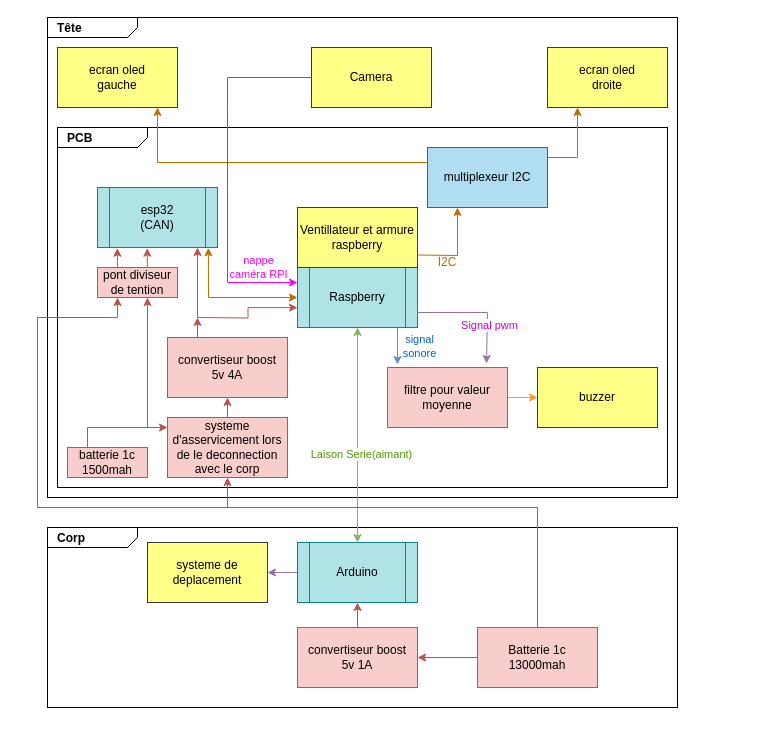
Above: graphs/Diagramme BMOv3.drawio in Luzgog/ptut_bmo (draw.io), before the change. Source tidied: cells renumbered, new cells numbered last; positions are measured from the earlier drawing's top-left corner, leaving out a move shared by most shapes. Both pictures are drawn from the tidied source at 100%, with x=0, y=0 at pixel (37, 17).
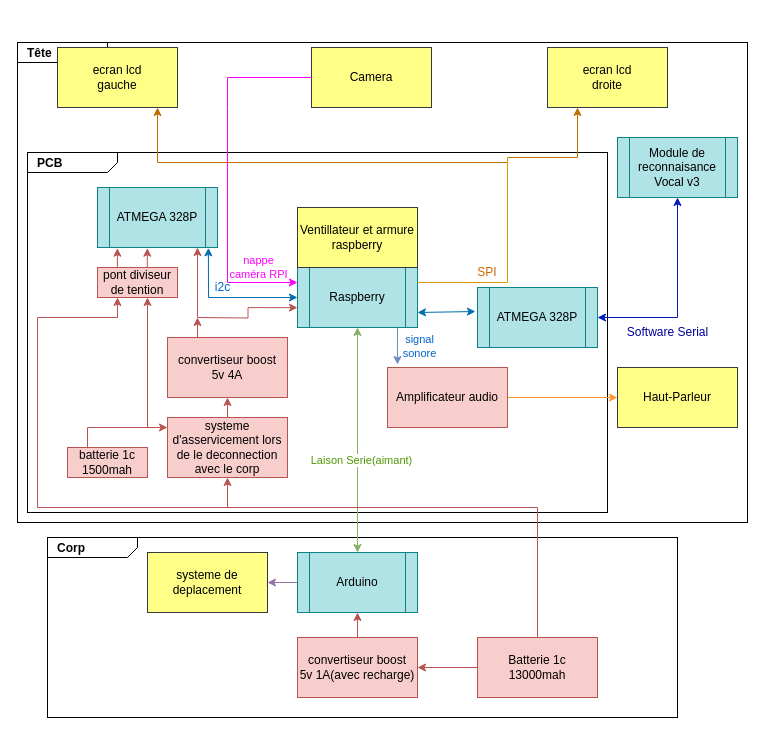
Above is the later version.

Unchanged cells that the change refers to:
```xml
<mxCell id="7" value="Raspberry" style="shape=process;whiteSpace=wrap;html=1;backgroundOutline=1;fillColor=#b0e3e6;strokeColor=#0e8088;" parent="1" vertex="1">
  <mxGeometry x="260" y="250" width="120" height="60" as="geometry" />
</mxCell>
```

Change to the diagram source:
```diff
@@
     <mxCell id="2" value="&lt;p style=&quot;margin: 0px ; margin-top: 4px ; margin-left: 10px ; text-align: left&quot;&gt;&lt;b&gt;Tête&lt;/b&gt;&lt;/p&gt;" style="html=1;strokeWidth=1;shape=mxgraph.sysml.package;html=1;overflow=fill;whiteSpace=wrap;" parent="1" vertex="1">
-      <mxGeometry x="10" width="630" height="480" as="geometry" />
+      <mxGeometry x="-20" y="25" width="730" height="480" as="geometry" />
     </mxCell>
     <mxCell id="3" value="&lt;p style=&quot;margin: 0px ; margin-top: 4px ; margin-left: 10px ; text-align: left&quot;&gt;&lt;b&gt;Corp&lt;/b&gt;&lt;/p&gt;" style="html=1;strokeWidth=1;shape=mxgraph.sysml.package;html=1;overflow=fill;whiteSpace=wrap;" parent="1" vertex="1">
-      <mxGeometry x="10" y="510" width="630" height="180" as="geometry" />
+      <mxGeometry x="10" y="520" width="630" height="180" as="geometry" />
     </mxCell>
     <mxCell id="4" value="&lt;p style=&quot;margin: 0px ; margin-top: 4px ; margin-left: 10px ; text-align: left&quot;&gt;&lt;b&gt;PCB&lt;/b&gt;&lt;/p&gt;" style="html=1;strokeWidth=1;shape=mxgraph.sysml.package;html=1;overflow=fill;whiteSpace=wrap;" parent="1" vertex="1">
-      <mxGeometry x="20" y="110" width="610" height="360" as="geometry" />
+      <mxGeometry x="-10" y="135" width="580" height="360" as="geometry" />
     </mxCell>
@@
     <mxCell id="10" value="Arduino" style="shape=process;whiteSpace=wrap;html=1;backgroundOutline=1;fillColor=#b0e3e6;strokeColor=#0e8088;" parent="1" vertex="1">
-      <mxGeometry x="260" y="525" width="120" height="60" as="geometry" />
+      <mxGeometry x="260" y="535" width="120" height="60" as="geometry" />
     </mxCell>
@@
-    <mxCell id="13" value="&lt;font color=&quot;#000000&quot;&gt;buzzer&lt;/font&gt;" style="rounded=0;whiteSpace=wrap;html=1;fillColor=#ffff88;strokeColor=#36393d;" parent="1" vertex="1">
-      <mxGeometry x="500" y="350" width="120" height="60" as="geometry" />
+    <mxCell id="13" value="&lt;font color=&quot;#000000&quot;&gt;Haut-Parleur&lt;/font&gt;" style="rounded=0;whiteSpace=wrap;html=1;fillColor=#ffff88;strokeColor=#36393d;" parent="1" vertex="1">
+      <mxGeometry x="580" y="350" width="120" height="60" as="geometry" />
     </mxCell>
-    <mxCell id="14" value="ecran oled&lt;br&gt;gauche" style="rounded=0;whiteSpace=wrap;html=1;fillColor=#ffff88;strokeColor=#36393d;" parent="1" vertex="1">
+    <mxCell id="14" value="ecran lcd&lt;br&gt;gauche" style="rounded=0;whiteSpace=wrap;html=1;fillColor=#ffff88;strokeColor=#36393d;" parent="1" vertex="1">
       <mxGeometry x="20" y="30" width="120" height="60" as="geometry" />
     </mxCell>
-    <mxCell id="15" value="ecran oled&lt;br&gt;droite" style="rounded=0;whiteSpace=wrap;html=1;fillColor=#ffff88;strokeColor=#36393d;" parent="1" vertex="1">
+    <mxCell id="15" value="ecran lcd&lt;br&gt;droite" style="rounded=0;whiteSpace=wrap;html=1;fillColor=#ffff88;strokeColor=#36393d;" parent="1" vertex="1">
       <mxGeometry x="510" y="30" width="120" height="60" as="geometry" />
     </mxCell>
-    <mxCell id="16" value="multiplexeur I2C" style="rounded=0;whiteSpace=wrap;html=1;fillColor=#b1ddf0;strokeColor=#10739e;" parent="1" vertex="1">
-      <mxGeometry x="390" y="130" width="120" height="60" as="geometry" />
-    </mxCell>
-    <mxCell id="17" style="endArrow=classic;html=1;rounded=0;fontColor=#000000;fillColor=#f0a30a;strokeColor=#BD7000;exitX=0;exitY=0.25;exitDx=0;exitDy=0;" parent="1" edge="1" source="16">
+    <mxCell id="17" style="endArrow=classic;html=1;rounded=0;fontColor=#000000;fillColor=#f0a30a;strokeColor=#BD7000;" parent="1" edge="1">
       <mxGeometry relative="1" as="geometry">
+        <mxPoint x="470" y="145" as="sourcePoint" />
         <mxPoint x="120" y="90" as="targetPoint" />
         <Array as="points">
           <mxPoint x="120" y="145" />
         </Array>
       </mxGeometry>
     </mxCell>
     <mxCell id="18" style="endArrow=classic;html=1;rounded=0;fontColor=#000000;fillColor=#f0a30a;strokeColor=#BD7000;entryX=0.25;entryY=1;entryDx=0;entryDy=0;" parent="1" edge="1" target="15">
       <mxGeometry relative="1" as="geometry">
-        <mxPoint x="510" y="140" as="sourcePoint" />
+        <mxPoint x="470" y="140" as="sourcePoint" />
         <Array as="points">
           <mxPoint x="540" y="140" />
         </Array>
       </mxGeometry>
     </mxCell>
-    <mxCell id="19" style="endArrow=classic;html=1;rounded=0;fontColor=#000000;entryX=0.25;entryY=1;entryDx=0;entryDy=0;exitX=0;exitY=0.25;exitDx=0;exitDy=0;fillColor=#f0a30a;strokeColor=#BD7000;" parent="1" edge="1" source="23" target="16">
-      <mxGeometry relative="1" as="geometry">
-        <Array as="points">
-          <mxPoint x="420" y="238" />
-        </Array>
-      </mxGeometry>
-    </mxCell>
@@
-    <mxCell id="23" value="&lt;font color=&quot;#cc6600&quot;&gt;I2C&lt;/font&gt;" style="text;html=1;strokeColor=none;fillColor=none;align=center;verticalAlign=middle;whiteSpace=wrap;rounded=0;" parent="1" vertex="1">
-      <mxGeometry x="380" y="230" width="60" height="30" as="geometry" />
+    <mxCell id="23" value="&lt;font color=&quot;#cc6600&quot;&gt;SPI&lt;/font&gt;" style="text;html=1;strokeColor=none;fillColor=none;align=center;verticalAlign=middle;whiteSpace=wrap;rounded=0;" parent="1" vertex="1">
+      <mxGeometry x="420" y="240" width="60" height="30" as="geometry" />
     </mxCell>
-    <mxCell id="24" value="&lt;font color=&quot;#000000&quot;&gt;esp32&lt;br&gt;(CAN)&lt;/font&gt;" style="shape=process;whiteSpace=wrap;html=1;backgroundOutline=1;fillColor=#b0e3e6;strokeColor=#0e8088;" parent="1" vertex="1">
+    <mxCell id="24" value="ATMEGA 328P" style="shape=process;whiteSpace=wrap;html=1;backgroundOutline=1;fillColor=#b0e3e6;strokeColor=#0e8088;" parent="1" vertex="1">
       <mxGeometry x="60" y="170" width="120" height="60" as="geometry" />
     </mxCell>
@@
     <mxCell id="29" value="Batterie 1c&lt;br&gt;13000mah" style="rounded=0;whiteSpace=wrap;html=1;fillColor=#f8cecc;strokeColor=#b85450;" parent="1" vertex="1">
-      <mxGeometry x="440" y="610" width="120" height="60" as="geometry" />
+      <mxGeometry x="440" y="620" width="120" height="60" as="geometry" />
     </mxCell>
@@
-    <mxCell id="31" value="filtre pour valeur moyenne" style="rounded=0;whiteSpace=wrap;html=1;fillColor=#f8cecc;strokeColor=#b85450;" parent="1" vertex="1">
+    <mxCell id="31" value="Amplificateur audio" style="rounded=0;whiteSpace=wrap;html=1;fillColor=#f8cecc;strokeColor=#b85450;" parent="1" vertex="1">
       <mxGeometry x="350" y="350" width="120" height="60" as="geometry" />
     </mxCell>
-    <mxCell id="32" style="endArrow=classic;html=1;rounded=0;fontColor=#0066CC;strokeColor=#9673a6;exitX=1;exitY=0.75;exitDx=0;exitDy=0;entryX=0.825;entryY=-0.067;entryDx=0;entryDy=0;fillColor=#e1d5e7;entryPerimeter=0;" parent="1" edge="1" source="7" target="31">
-      <mxGeometry relative="1" as="geometry">
-        <Array as="points">
-          <mxPoint x="430" y="295" />
-          <mxPoint x="450" y="295" />
-        </Array>
-      </mxGeometry>
-    </mxCell>
-    <mxCell id="33" value="&lt;font color=&quot;#cc00cc&quot;&gt;Signal pwm&lt;/font&gt;" style="edgeLabel;html=1;align=center;verticalAlign=middle;fontColor=#0066CC;" parent="32" vertex="1">
-      <mxGeometry x="0.36" y="2" relative="1" as="geometry" />
-    </mxCell>
@@
-    <mxCell id="39" style="endArrow=classic;startArrow=classic;html=1;rounded=0;fontColor=#000000;strokeColor=#BD7000;exitX=0;exitY=0.5;exitDx=0;exitDy=0;entryX=0.924;entryY=1.006;entryDx=0;entryDy=0;fillColor=#f0a30a;entryPerimeter=0;" parent="1" edge="1" source="7" target="24">
+    <mxCell id="39" style="endArrow=classic;startArrow=classic;html=1;rounded=0;fontColor=#000000;strokeColor=#006EAF;exitX=0;exitY=0.5;exitDx=0;exitDy=0;entryX=0.924;entryY=1.006;entryDx=0;entryDy=0;fillColor=#1ba1e2;entryPerimeter=0;" parent="1" edge="1" source="7" target="24">
       <mxGeometry relative="1" as="geometry">
         <Array as="points">
           <mxPoint x="171" y="280" />
         </Array>
       </mxGeometry>
     </mxCell>
@@
     <mxCell id="43" value="&lt;font color=&quot;#000000&quot;&gt;systeme de deplacement&lt;/font&gt;" style="rounded=0;whiteSpace=wrap;html=1;fillColor=#ffff88;strokeColor=#36393d;" parent="1" vertex="1">
-      <mxGeometry x="110" y="525" width="120" height="60" as="geometry" />
+      <mxGeometry x="110" y="535" width="120" height="60" as="geometry" />
     </mxCell>
@@
-    <mxCell id="45" value="convertiseur boost&lt;br&gt;5v 1A" style="rounded=0;whiteSpace=wrap;html=1;fillColor=#f8cecc;strokeColor=#b85450;" parent="1" vertex="1">
-      <mxGeometry x="260" y="610" width="120" height="60" as="geometry" />
+    <mxCell id="45" value="convertiseur boost&lt;br&gt;5v 1A(avec recharge)" style="rounded=0;whiteSpace=wrap;html=1;fillColor=#f8cecc;strokeColor=#b85450;" parent="1" vertex="1">
+      <mxGeometry x="260" y="620" width="120" height="60" as="geometry" />
     </mxCell>
@@
+    <mxCell id="50" style="endArrow=none;html=1;rounded=0;exitX=1;exitY=0.25;exitDx=0;exitDy=0;fillColor=#ffe6cc;strokeColor=#d79b00;" parent="1" edge="1" source="7">
+      <mxGeometry relative="1" as="geometry">
+        <mxPoint x="470" y="140" as="targetPoint" />
+        <Array as="points">
+          <mxPoint x="470" y="265" />
+        </Array>
+      </mxGeometry>
+    </mxCell>
+    <mxCell id="51" value="&lt;font color=&quot;#0066cc&quot;&gt;i2c&lt;/font&gt;" style="text;html=1;align=center;verticalAlign=middle;strokeColor=none;fillColor=none;" parent="1" vertex="1">
+      <mxGeometry x="170" y="260" width="30" height="20" as="geometry" />
+    </mxCell>
+    <mxCell id="52" value="ATMEGA 328P" style="shape=process;whiteSpace=wrap;html=1;backgroundOutline=1;fillColor=#b0e3e6;strokeColor=#0e8088;" parent="1" vertex="1">
+      <mxGeometry x="440" y="270" width="120" height="60" as="geometry" />
+    </mxCell>
+    <mxCell id="53" style="endArrow=classic;startArrow=classic;html=1;rounded=0;fontColor=#FF0080;exitX=1;exitY=0.75;exitDx=0;exitDy=0;entryX=-0.017;entryY=0.4;entryDx=0;entryDy=0;fillColor=#1ba1e2;strokeColor=#006EAF;entryPerimeter=0;" parent="1" edge="1" source="7" target="52">
+      <mxGeometry relative="1" as="geometry" />
+    </mxCell>
+    <mxCell id="54" value="Module de reconnaisance Vocal v3" style="shape=process;whiteSpace=wrap;html=1;backgroundOutline=1;fillColor=#b0e3e6;strokeColor=#0e8088;" parent="1" vertex="1">
+      <mxGeometry x="580" y="120" width="120" height="60" as="geometry" />
+    </mxCell>
+    <mxCell id="55" style="endArrow=classic;startArrow=classic;html=1;rounded=0;fontColor=#000000;exitX=1;exitY=0.5;exitDx=0;exitDy=0;entryX=0.5;entryY=1;entryDx=0;entryDy=0;fillColor=#0050ef;strokeColor=#001DBC;" parent="1" edge="1" source="52" target="54">
+      <mxGeometry relative="1" as="geometry">
+        <Array as="points">
+          <mxPoint x="640" y="300" />
+        </Array>
+      </mxGeometry>
+    </mxCell>
+    <mxCell id="56" value="&lt;font color=&quot;#000099&quot;&gt;Software Serial&lt;/font&gt;" style="text;html=1;align=center;verticalAlign=middle;strokeColor=none;fillColor=none;fontColor=#000000;" parent="1" vertex="1">
+      <mxGeometry x="580" y="305" width="100" height="20" as="geometry" />
+    </mxCell>
```
